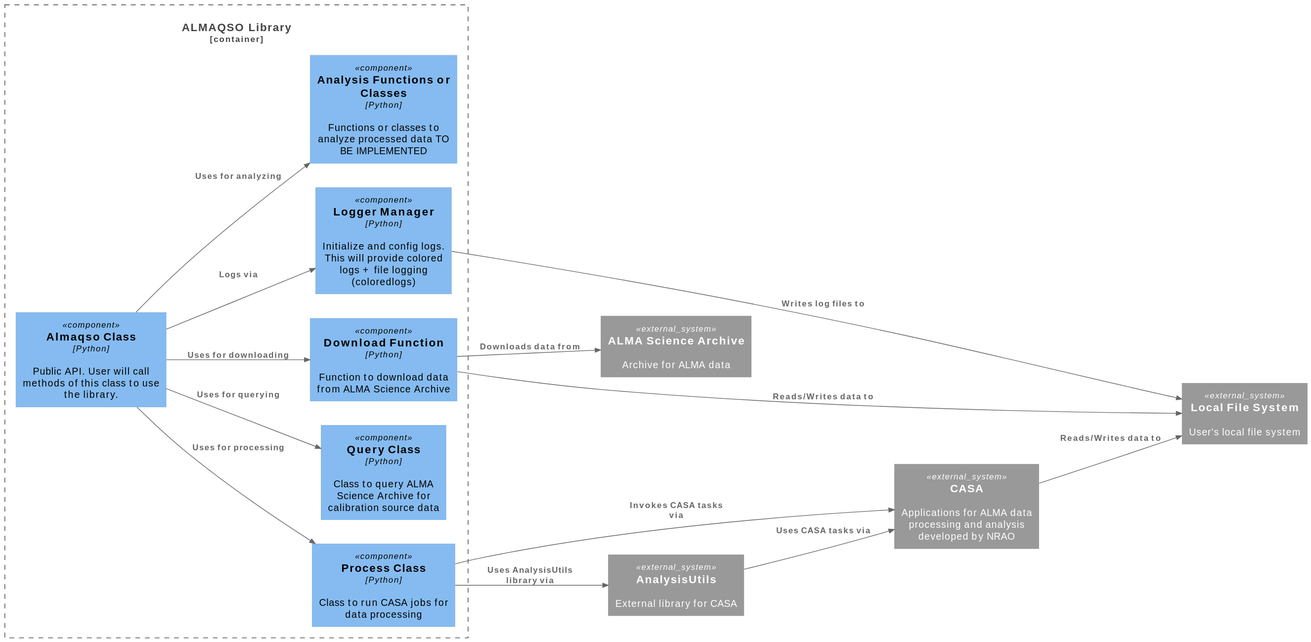
Earlier version of the PlantUML export docs/diagrams/L3-component.svg (akimasanishida/almaqso).
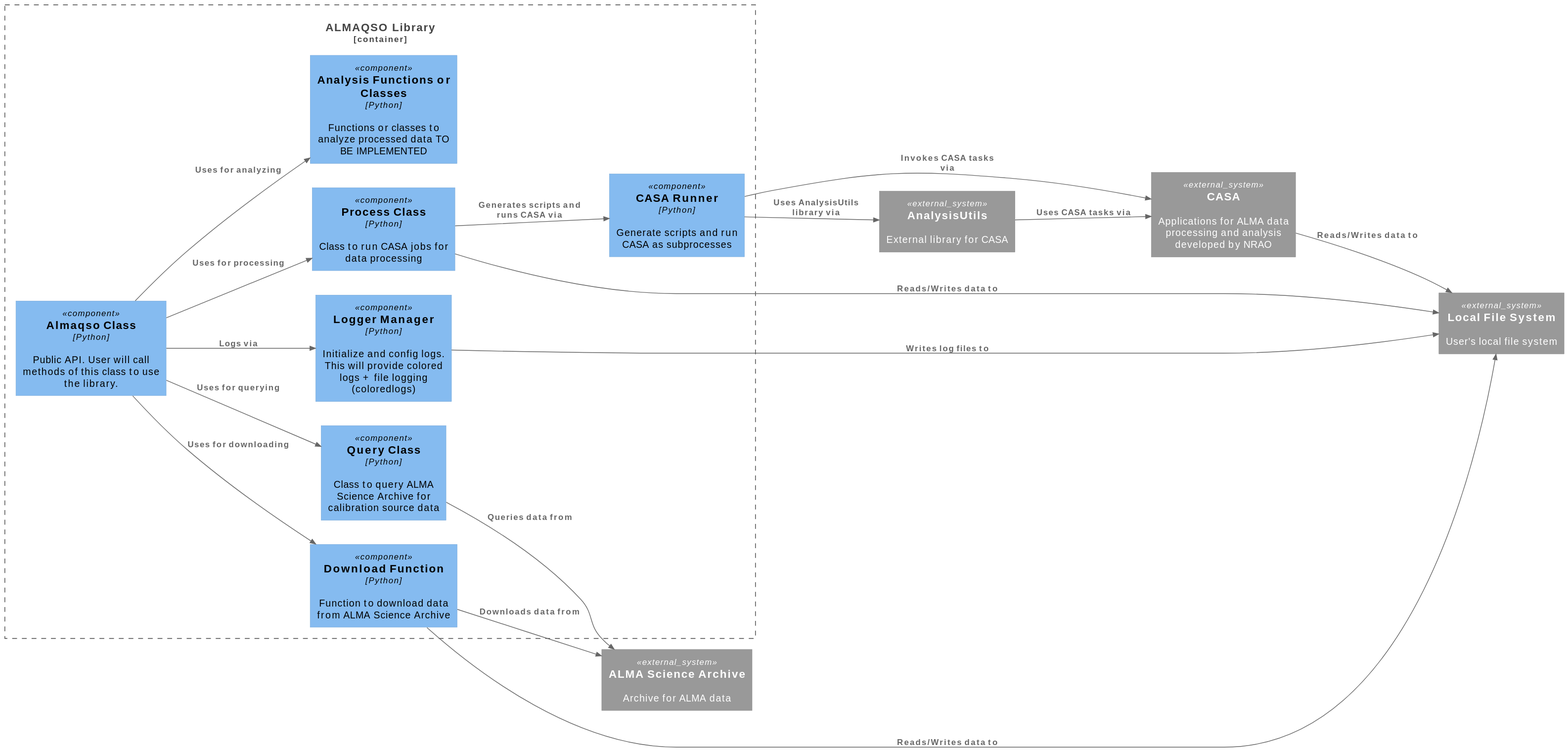
The same diagram one commit later.

Change to the diagram source:
```diff
@@ -10,6 +10,7 @@
     Component(download, "Download Function", "Python", "Function to download data from ALMA Science Archive")
     Component(process, "Process Class", "Python", "Class to run CASA jobs for data processing")
     Component(analysis, "Analysis Functions or Classes", "Python", "Functions or classes to analyze processed data TO BE IMPLEMENTED")
+    Component(casa_runner, "CASA Runner", "Python", "Generate scripts and run CASA as subprocesses")
 }
 
 System_Ext(casa, "CASA", "Applications for ALMA data processing and analysis developed by NRAO")
@@ -22,11 +23,14 @@
 Rel(almaqso, download, "Uses for downloading")
 Rel(almaqso, process, "Uses for processing")
 Rel(almaqso, analysis, "Uses for analyzing")
-Rel(process, casa, "Invokes CASA tasks via")
-Rel(process, casa_lib, "Uses AnalysisUtils library via")
-Rel(casa_lib, casa, "Uses CASA tasks via")
+Rel(logmgr, local_fs, "Writes log files to")
+Rel(query, alma_archive, "Queries data from")
 Rel(download, alma_archive, "Downloads data from")
 Rel(download, local_fs, "Reads/Writes data to")
+Rel(process, local_fs, "Reads/Writes data to")
+Rel(process, casa_runner, "Generates scripts and runs CASA via")
+Rel(casa_runner, casa, "Invokes CASA tasks via")
+Rel(casa_runner, casa_lib, "Uses AnalysisUtils library via")
 Rel(casa, local_fs, "Reads/Writes data to")
-Rel(logmgr, local_fs, "Writes log files to")
+Rel(casa_lib, casa, "Uses CASA tasks via")
 @enduml
```
